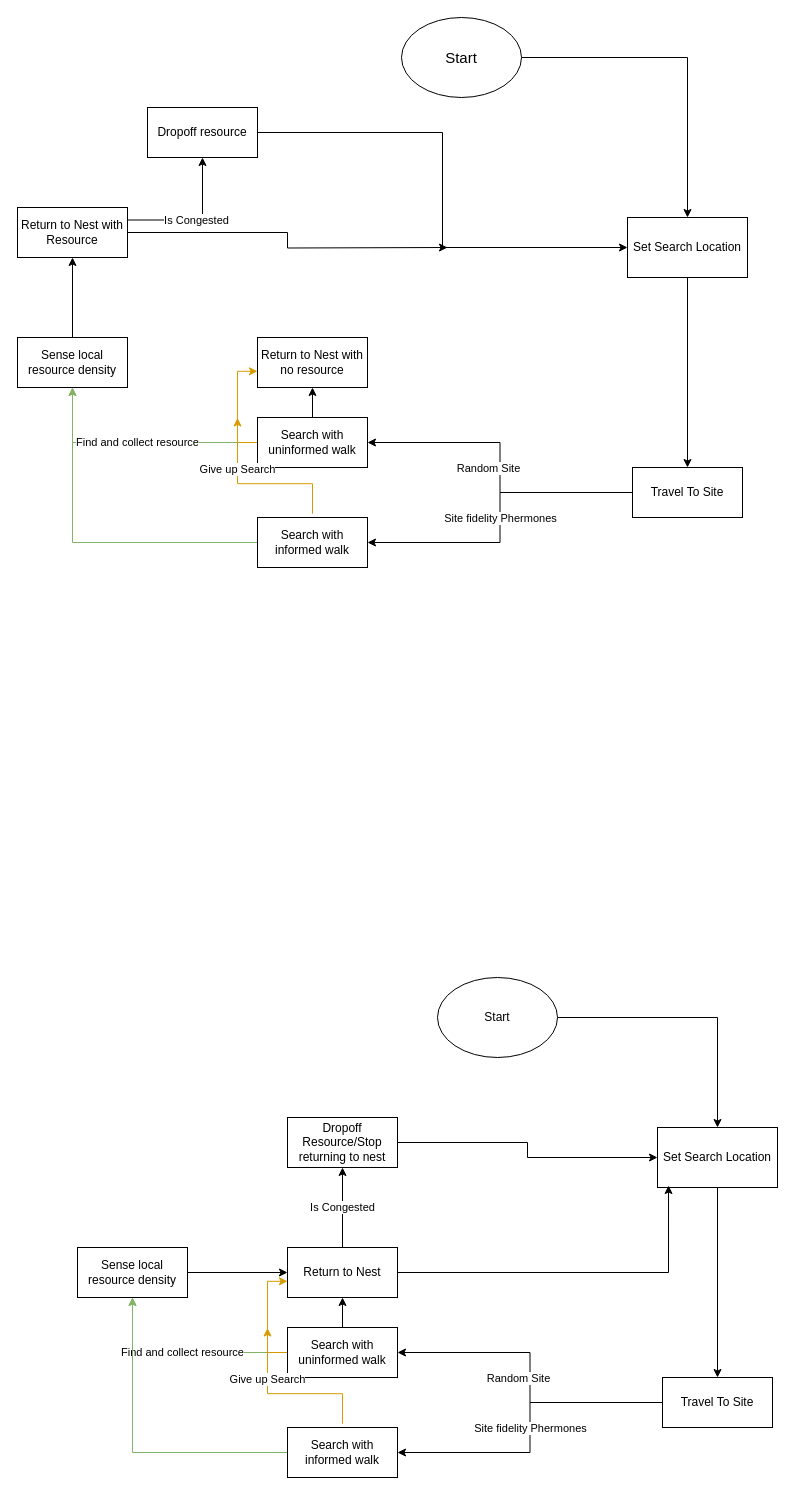
The draw.io diagram source/CPFA/Untitled Diagram.drawio in Artglz/Collision_Free_CPFA, before the edit. Source tidied: cells renumbered, new cells numbered last; positions are measured from the earlier drawing's top-left corner, leaving out a move shared by most shapes. Both pictures are drawn from the tidied source at 100%, with x=0, y=0 at pixel (17, 17).
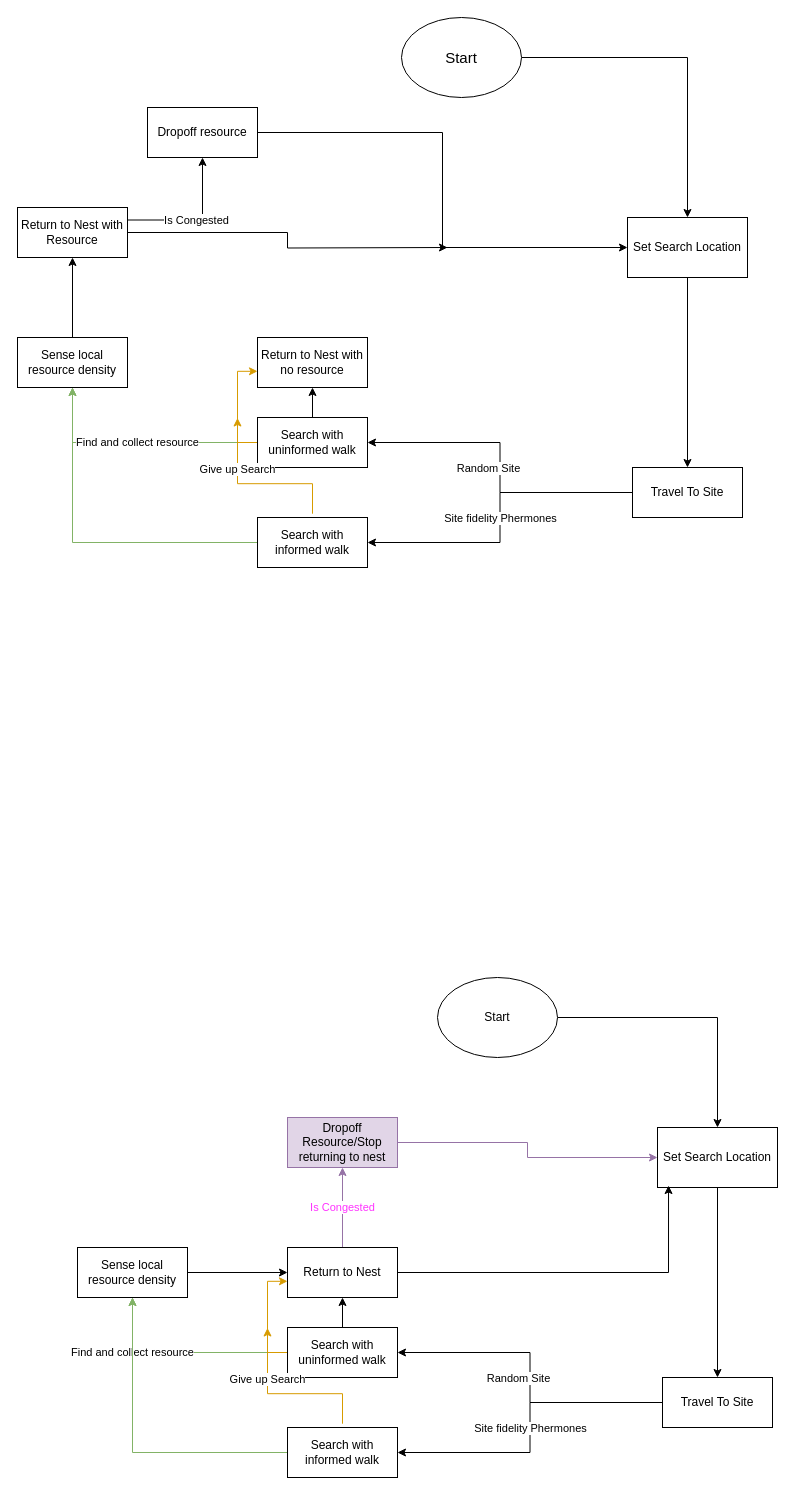
After the change.

Unchanged cells that the change refers to:
```xml
<mxCell id="25" value="&lt;font&gt;Set Search Location&lt;/font&gt;" style="rounded=0;whiteSpace=wrap;html=1;" parent="1" vertex="1">
  <mxGeometry x="640" y="1110" width="120" height="60" as="geometry" />
</mxCell>
<mxCell id="32" value="Search with uninformed walk" style="rounded=0;whiteSpace=wrap;html=1;" parent="1" vertex="1">
  <mxGeometry x="270" y="1310" width="110" height="50" as="geometry" />
</mxCell>
<mxCell id="37" value="Return to Nest" style="rounded=0;whiteSpace=wrap;html=1;" parent="1" vertex="1">
  <mxGeometry x="270" y="1230" width="110" height="50" as="geometry" />
</mxCell>
<mxCell id="39" value="Sense local resource density" style="rounded=0;whiteSpace=wrap;html=1;" parent="1" vertex="1">
  <mxGeometry x="60" y="1230" width="110" height="50" as="geometry" />
</mxCell>
```

The edit, as a diff of the source:
```diff
@@
     <mxCell id="30" value="Find and collect resource" style="edgeStyle=orthogonalEdgeStyle;rounded=0;jettySize=auto;html=1;fillColor=#d5e8d4;strokeColor=#82b366;" parent="1" edge="1" source="32" target="39">
-      <mxGeometry relative="1" as="geometry" />
+      <mxGeometry x="0.48" relative="1" as="geometry" />
     </mxCell>
@@
-    <mxCell id="36" value="Is Congested" style="edgeStyle=orthogonalEdgeStyle;rounded=0;jettySize=auto;html=1;" parent="1" edge="1" source="37" target="41">
+    <mxCell id="36" value="&lt;font style=&quot;color: rgb(255, 51, 255);&quot;&gt;Is Congested&lt;/font&gt;" style="edgeStyle=orthogonalEdgeStyle;rounded=0;jettySize=auto;html=1;fillColor=#e1d5e7;strokeColor=#9673a6;" parent="1" edge="1" source="37" target="41">
       <mxGeometry relative="1" as="geometry" />
     </mxCell>
@@
-    <mxCell id="40" style="edgeStyle=orthogonalEdgeStyle;rounded=0;jettySize=auto;html=1;entryX=0;entryY=0.5;entryDx=0;entryDy=0;" parent="1" edge="1" source="41" target="25">
+    <mxCell id="40" style="edgeStyle=orthogonalEdgeStyle;rounded=0;jettySize=auto;html=1;entryX=0;entryY=0.5;entryDx=0;entryDy=0;fillColor=#e1d5e7;strokeColor=#9673a6;" parent="1" edge="1" source="41" target="25">
       <mxGeometry relative="1" as="geometry" />
     </mxCell>
-    <mxCell id="41" value="Dropoff Resource/Stop returning to nest" style="rounded=0;whiteSpace=wrap;html=1;" parent="1" vertex="1">
+    <mxCell id="41" value="Dropoff Resource/Stop returning to nest" style="rounded=0;whiteSpace=wrap;html=1;fillColor=#e1d5e7;strokeColor=#9673a6;" parent="1" vertex="1">
       <mxGeometry x="270" y="1100" width="110" height="50" as="geometry" />
     </mxCell>
```
